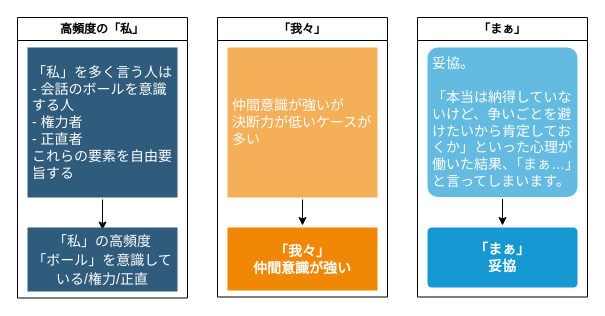
Earlier version of the draw.io diagram page "word" (1 of 2) of psy/read.drawio (minegishirei/draw_v1). Source tidied: cells renumbered, new cells numbered last; positions are measured from the earlier drawing's top-left corner, leaving out a move shared by most shapes. Both pictures are drawn from the tidied source at 100%, with x=0, y=0 at pixel (17, 17).
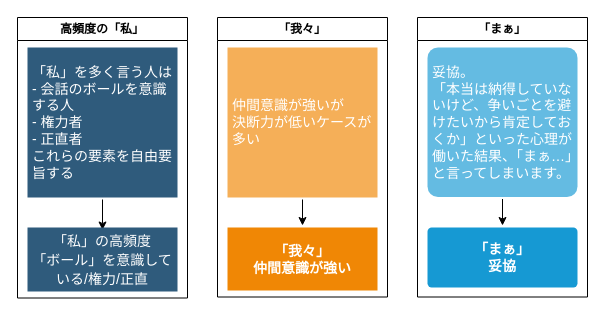
The same page after the edit.

Commit message:
read.drawio を更新します

Diff of the diagram source:
```diff
@@
 <mxGraphModel>
   <root>
     <mxCell id="0" />
     <mxCell id="1" parent="0" />
     <mxCell id="2" value="高頻度の「私」" style="swimlane;whiteSpace=wrap;html=1;" parent="1" vertex="1">
       <mxGeometry width="170" height="280.5" as="geometry" />
     </mxCell>
     <mxCell id="3" style="edgeStyle=orthogonalEdgeStyle;rounded=0;orthogonalLoop=1;jettySize=auto;html=1;entryX=0.5;entryY=0;entryDx=0;entryDy=0;" parent="2" edge="1">
       <mxGeometry relative="1" as="geometry">
         <mxPoint x="85" y="182" as="sourcePoint" />
         <mxPoint x="85" y="212.5" as="targetPoint" />
       </mxGeometry>
     </mxCell>
     <mxCell id="4" value="&lt;div style=&quot;border-color: var(--border-color);&quot;&gt;&lt;div style=&quot;border-color: var(--border-color);&quot;&gt;「私」を多く言う人は&lt;/div&gt;&lt;div style=&quot;border-color: var(--border-color);&quot;&gt;- 会話のボールを意識する人&lt;/div&gt;&lt;div style=&quot;border-color: var(--border-color);&quot;&gt;- 権力者&lt;/div&gt;&lt;div style=&quot;border-color: var(--border-color);&quot;&gt;- 正直者&lt;/div&gt;&lt;div style=&quot;border-color: var(--border-color);&quot;&gt;これらの要素を自由要旨する&lt;/div&gt;&lt;/div&gt;" style="rounded=1;whiteSpace=wrap;html=1;shadow=0;labelBackgroundColor=none;strokeColor=none;strokeWidth=3;fillColor=#2F5B7C;fontFamily=Helvetica;fontSize=14;fontColor=#FFFFFF;align=left;spacing=5;arcSize=0;perimeterSpacing=2;" parent="2" vertex="1">
       <mxGeometry x="10" y="30" width="150" height="150" as="geometry" />
     </mxCell>
     <mxCell id="5" value="&lt;span style=&quot;font-size: 14px; font-weight: 400;&quot;&gt;「私」の高頻度&lt;/span&gt;&lt;div&gt;&lt;span style=&quot;font-size: 14px; font-weight: 400;&quot;&gt;「ボール」を意識している/権力/正直&lt;/span&gt;&lt;br&gt;&lt;/div&gt;" style="rounded=1;whiteSpace=wrap;html=1;shadow=0;labelBackgroundColor=none;strokeColor=none;strokeWidth=3;fillColor=#2F5B7C;fontFamily=Helvetica;fontSize=16;fontColor=#FFFFFF;align=center;fontStyle=1;spacing=5;arcSize=0;perimeterSpacing=2;" parent="2" vertex="1">
       <mxGeometry x="10" y="210" width="150" height="64" as="geometry" />
     </mxCell>
     <mxCell id="6" value="「我々」" style="swimlane;whiteSpace=wrap;html=1;" parent="1" vertex="1">
       <mxGeometry x="200" width="170" height="279.5" as="geometry" />
     </mxCell>
     <mxCell id="7" value="&lt;div&gt;「我々」&lt;/div&gt;仲間意識が強い" style="rounded=1;whiteSpace=wrap;html=1;shadow=0;labelBackgroundColor=none;strokeColor=none;strokeWidth=3;fillColor=#F08705;fontFamily=Helvetica;fontSize=14;fontColor=#FFFFFF;align=center;spacing=5;fontStyle=1;arcSize=0;perimeterSpacing=2;" parent="6" vertex="1">
       <mxGeometry x="10" y="210" width="150" height="63" as="geometry" />
     </mxCell>
     <mxCell id="8" style="edgeStyle=orthogonalEdgeStyle;rounded=0;jettySize=auto;html=1;" parent="6" edge="1" source="9" target="7">
       <mxGeometry relative="1" as="geometry" />
     </mxCell>
     <mxCell id="9" value="仲間意識が強いが&lt;div&gt;決断力が低いケースが多い&lt;/div&gt;" style="rounded=1;whiteSpace=wrap;html=1;shadow=0;labelBackgroundColor=none;strokeColor=none;strokeWidth=3;fillColor=#f5af58;fontFamily=Helvetica;fontSize=14;fontColor=#FFFFFF;align=left;spacing=5;arcSize=0;perimeterSpacing=2;" parent="6" vertex="1">
       <mxGeometry x="10" y="30" width="150" height="150" as="geometry" />
     </mxCell>
     <mxCell id="10" value="「まぁ」" style="swimlane;whiteSpace=wrap;html=1;" parent="1" vertex="1">
       <mxGeometry x="400" width="170" height="279.5" as="geometry" />
     </mxCell>
     <mxCell id="11" value="「まぁ」&lt;br&gt;&lt;div&gt;妥協&lt;/div&gt;" style="rounded=1;whiteSpace=wrap;html=1;shadow=0;labelBackgroundColor=none;strokeColor=none;strokeWidth=3;fillColor=#1699d3;fontFamily=Helvetica;fontSize=14;fontColor=#FFFFFF;align=center;spacing=5;fontStyle=1;arcSize=7;perimeterSpacing=2;" parent="10" vertex="1">
       <mxGeometry x="10" y="210" width="150" height="60" as="geometry" />
     </mxCell>
     <mxCell id="12" style="edgeStyle=orthogonalEdgeStyle;rounded=0;jettySize=auto;html=1;entryX=0.5;entryY=0;entryDx=0;entryDy=0;" parent="10" edge="1" source="13" target="11">
       <mxGeometry relative="1" as="geometry" />
     </mxCell>
-    <mxCell id="13" value="&lt;div&gt;妥協。&lt;/div&gt;&lt;div&gt;&lt;br&gt;&lt;/div&gt;&lt;div&gt;「本当は納得していないけど、争いごとを避けたいから肯定しておくか」といった心理が働いた結果、「まぁ…」と言ってしまいます。&lt;/div&gt;" style="rounded=1;whiteSpace=wrap;html=1;shadow=0;labelBackgroundColor=none;strokeColor=none;strokeWidth=3;fillColor=#64bbe2;fontFamily=Helvetica;fontSize=14;fontColor=#FFFFFF;align=left;spacing=5;arcSize=7;perimeterSpacing=2;" parent="10" vertex="1">
+    <mxCell id="13" value="&lt;div&gt;妥協。&lt;/div&gt;&lt;div&gt;「本当は納得していないけど、争いごとを避けたいから肯定しておくか」といった心理が働いた結果、「まぁ…」と言ってしまいます。&lt;/div&gt;" style="rounded=1;whiteSpace=wrap;html=1;shadow=0;labelBackgroundColor=none;strokeColor=none;strokeWidth=3;fillColor=#64bbe2;fontFamily=Helvetica;fontSize=14;fontColor=#FFFFFF;align=left;spacing=5;arcSize=7;perimeterSpacing=2;" parent="10" vertex="1">
       <mxGeometry x="10" y="30" width="150" height="149.5" as="geometry" />
     </mxCell>
   </root>
 </mxGraphModel>
```
